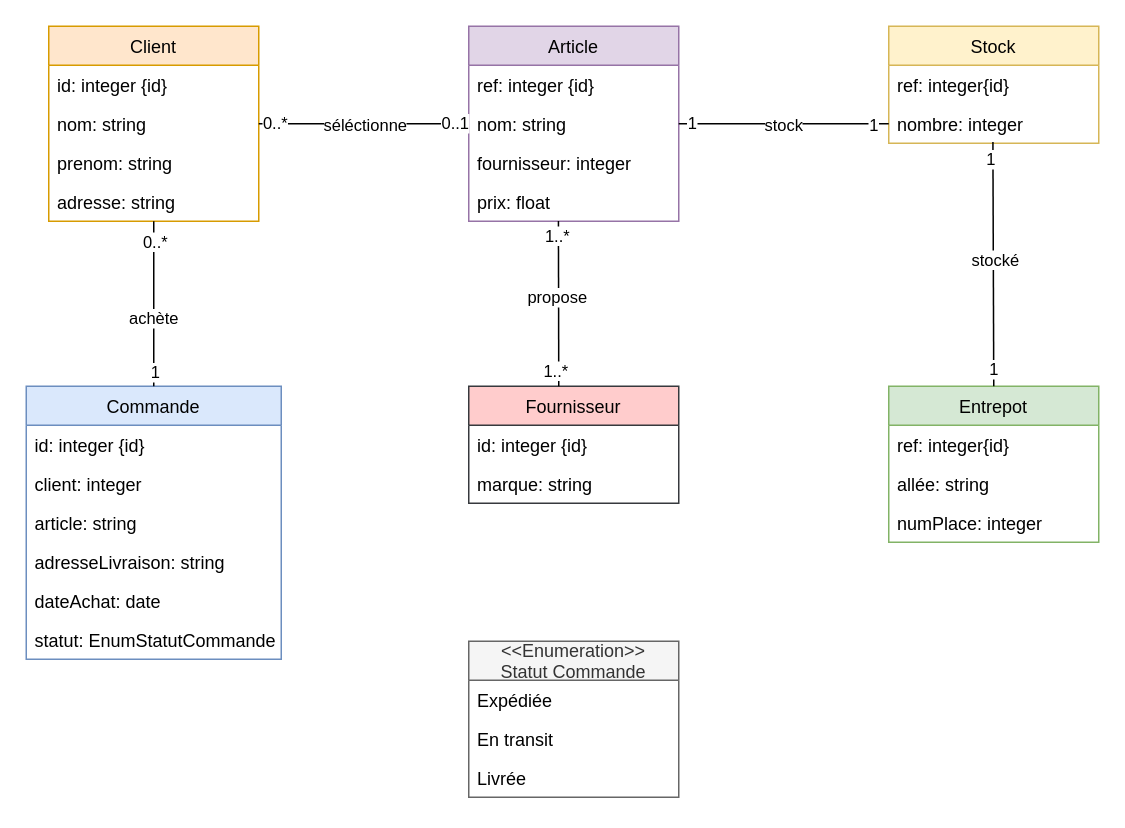
The draw.io diagram Projet.drawio in riad73/INF403, before the edit. Source tidied: cells renumbered, new cells numbered last; positions are measured from the earlier drawing's top-left corner, leaving out a move shared by most shapes. Both pictures are drawn from the tidied source at 150%, with x=0, y=0 at pixel (26, 26).
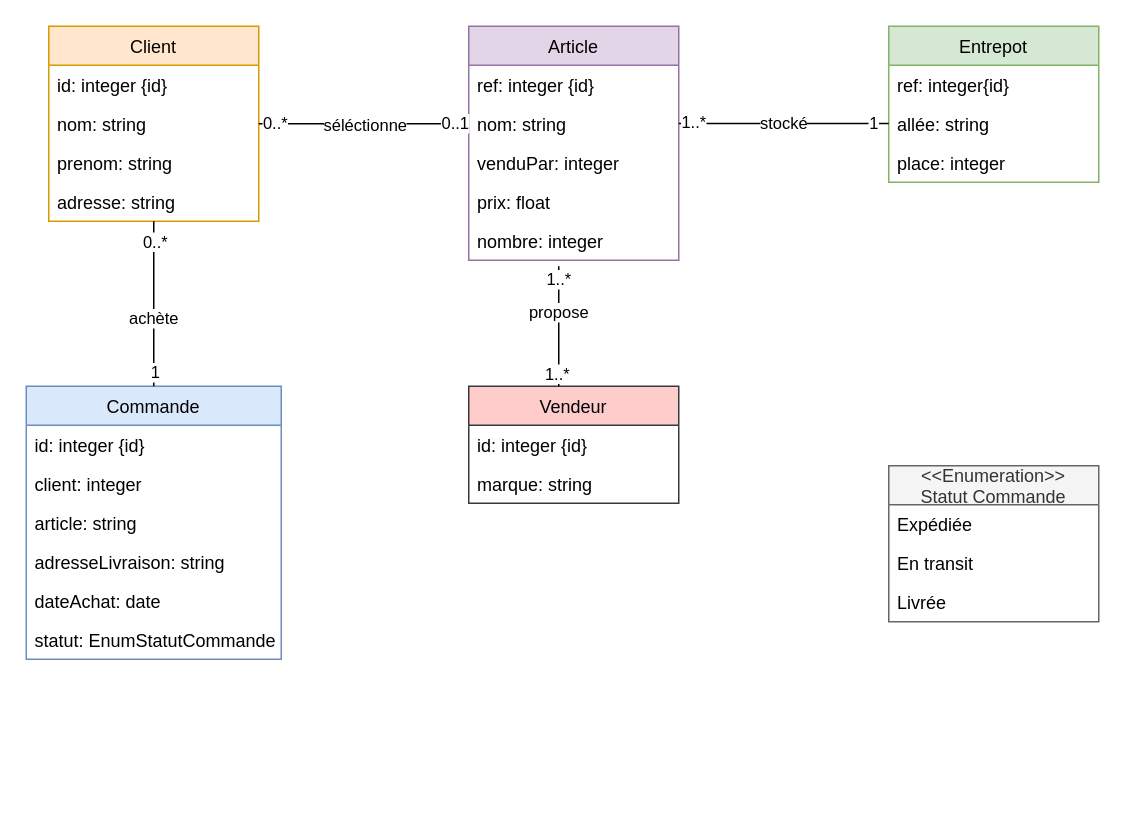
After the change.

The change refers to these unchanged cells:
```xml
<mxCell id="12" value="nom: string" style="text;strokeColor=none;fillColor=none;align=left;verticalAlign=top;spacingLeft=4;spacingRight=4;overflow=hidden;points=[[0,0.5],[1,0.5]];portConstraint=eastwest;" parent="10" vertex="1">
  <mxGeometry y="52" width="140" height="26" as="geometry" />
</mxCell>
<mxCell id="14" value="prix: float" style="text;strokeColor=none;fillColor=none;align=left;verticalAlign=top;spacingLeft=4;spacingRight=4;overflow=hidden;points=[[0,0.5],[1,0.5]];portConstraint=eastwest;" parent="10" vertex="1">
  <mxGeometry y="104" width="140" height="26" as="geometry" />
</mxCell>
```

Diff of the diagram source:
```diff
@@
-    <mxCell id="7" value="Fournisseur" style="swimlane;fontStyle=0;horizontal=1;startSize=26;fillColor=#ffcccc;strokeColor=#36393d;" parent="1" vertex="1">
+    <mxCell id="7" value="Vendeur" style="swimlane;fontStyle=0;horizontal=1;startSize=26;fillColor=#ffcccc;strokeColor=#36393d;" parent="1" vertex="1">
       <mxGeometry x="295" y="240" width="140" height="78" as="geometry" />
     </mxCell>
@@
     <mxCell id="10" value="Article" style="swimlane;fontStyle=0;horizontal=1;startSize=26;fillColor=#e1d5e7;strokeColor=#9673a6;" parent="1" vertex="1">
-      <mxGeometry x="295" width="140" height="130" as="geometry" />
+      <mxGeometry x="295" width="140" height="156" as="geometry" />
     </mxCell>
@@
-    <mxCell id="13" value="fournisseur: integer" style="text;strokeColor=none;fillColor=none;align=left;verticalAlign=top;spacingLeft=4;spacingRight=4;overflow=hidden;" parent="10" vertex="1">
+    <mxCell id="13" value="venduPar: integer" style="text;strokeColor=none;fillColor=none;align=left;verticalAlign=top;spacingLeft=4;spacingRight=4;overflow=hidden;" parent="10" vertex="1">
       <mxGeometry y="78" width="140" height="26" as="geometry" />
     </mxCell>
@@
-    <mxCell id="15" value="Stock" style="swimlane;fontStyle=0;horizontal=1;startSize=26;fillColor=#fff2cc;strokeColor=#d6b656;" parent="1" vertex="1">
-      <mxGeometry x="575" width="140" height="78" as="geometry" />
-    </mxCell>
-    <mxCell id="16" value="ref: integer{id}" style="text;strokeColor=none;fillColor=none;align=left;verticalAlign=top;spacingLeft=4;spacingRight=4;overflow=hidden;" parent="15" vertex="1">
-      <mxGeometry y="26" width="140" height="26" as="geometry" />
-    </mxCell>
-    <mxCell id="17" value="nombre: integer" style="text;strokeColor=none;fillColor=none;align=left;verticalAlign=top;spacingLeft=4;spacingRight=4;overflow=hidden;points=[[0,0.5],[1,0.5]];portConstraint=eastwest;" parent="15" vertex="1">
-      <mxGeometry y="52" width="140" height="26" as="geometry" />
+    <mxCell id="17" value="nombre: integer" style="text;strokeColor=none;fillColor=none;align=left;verticalAlign=top;spacingLeft=4;spacingRight=4;overflow=hidden;points=[[0,0.5],[1,0.5]];portConstraint=eastwest;" parent="10" vertex="1">
+      <mxGeometry y="130" width="140" height="26" as="geometry" />
     </mxCell>
     <mxCell id="18" value="Entrepot" style="swimlane;fontStyle=0;horizontal=1;startSize=26;fillColor=#d5e8d4;strokeColor=#82b366;" parent="1" vertex="1">
-      <mxGeometry x="575" y="240" width="140" height="104" as="geometry" />
+      <mxGeometry x="575" width="140" height="104" as="geometry" />
     </mxCell>
@@
-    <mxCell id="21" value="numPlace: integer" style="text;strokeColor=none;fillColor=none;align=left;verticalAlign=top;spacingLeft=4;spacingRight=4;overflow=hidden;" parent="18" vertex="1">
+    <mxCell id="21" value="place: integer" style="text;strokeColor=none;fillColor=none;align=left;verticalAlign=top;spacingLeft=4;spacingRight=4;overflow=hidden;" parent="18" vertex="1">
       <mxGeometry y="78" width="140" height="26" as="geometry" />
     </mxCell>
@@
-    <mxCell id="33" style="endArrow=none;html=1;exitX=1;exitY=0.5;exitDx=0;exitDy=0;entryX=0;entryY=0.5;entryDx=0;entryDy=0;" parent="1" edge="1" source="12" target="17">
-      <mxGeometry relative="1" as="geometry" />
+    <mxCell id="33" style="endArrow=none;html=1;exitX=1;exitY=0.5;exitDx=0;exitDy=0;entryX=0;entryY=0.5;entryDx=0;entryDy=0;" parent="1" edge="1">
+      <mxGeometry relative="1" as="geometry">
+        <mxPoint x="435" y="64.9" as="sourcePoint" />
+        <mxPoint x="575" y="64.9" as="targetPoint" />
+      </mxGeometry>
     </mxCell>
-    <mxCell id="34" value="stock" style="edgeLabel;html=1;align=center;verticalAlign=middle;" parent="33" vertex="1">
+    <mxCell id="34" value="stocké" style="edgeLabel;html=1;align=center;verticalAlign=middle;" parent="33" vertex="1">
       <mxGeometry x="-0.18" relative="1" as="geometry">
         <mxPoint x="12.5" as="offset" />
       </mxGeometry>
     </mxCell>
@@
-    <mxCell id="36" value="1" style="edgeLabel;html=1;align=center;verticalAlign=middle;" parent="33" vertex="1">
-      <mxGeometry x="-0.88" y="1" relative="1" as="geometry" />
+    <mxCell id="36" value="1..*" style="edgeLabel;html=1;align=center;verticalAlign=middle;" parent="33" vertex="1">
+      <mxGeometry x="-0.88" y="1" relative="1" as="geometry">
+        <mxPoint x="1.9" as="offset" />
+      </mxGeometry>
     </mxCell>
-    <mxCell id="37" style="endArrow=none;html=1;entryX=0.496;entryY=0.965;entryDx=0;entryDy=0;entryPerimeter=0;" parent="1" edge="1" target="17">
-      <mxGeometry relative="1" as="geometry">
-        <mxPoint x="645" y="240" as="sourcePoint" />
-      </mxGeometry>
-    </mxCell>
-    <mxCell id="38" value="stocké" style="edgeLabel;html=1;align=center;verticalAlign=middle;" parent="37" vertex="1">
-      <mxGeometry x="0.29" y="-1" relative="1" as="geometry">
-        <mxPoint x="-0.6" y="21" as="offset" />
-      </mxGeometry>
-    </mxCell>
-    <mxCell id="39" value="1" style="edgeLabel;html=1;align=center;verticalAlign=middle;" parent="37" vertex="1">
-      <mxGeometry x="-0.87" y="-1" relative="1" as="geometry">
-        <mxPoint x="-1" as="offset" />
-      </mxGeometry>
-    </mxCell>
-    <mxCell id="40" value="1" style="edgeLabel;html=1;align=center;verticalAlign=middle;" parent="37" vertex="1">
-      <mxGeometry x="0.87" y="2" relative="1" as="geometry" />
-    </mxCell>
-    <mxCell id="41" style="endArrow=none;html=1;entryX=0.427;entryY=0.995;entryDx=0;entryDy=0;entryPerimeter=0;" parent="1" edge="1" target="14">
+    <mxCell id="41" style="endArrow=none;html=1;" parent="1" edge="1">
       <mxGeometry relative="1" as="geometry">
         <mxPoint x="355" y="240" as="sourcePoint" />
+        <mxPoint x="355" y="160" as="targetPoint" />
       </mxGeometry>
     </mxCell>
@@
     <mxCell id="49" value="&lt;&lt;Enumeration&gt;&gt;&#10;Statut Commande" style="swimlane;fontStyle=0;horizontal=1;startSize=26;fillColor=#f5f5f5;strokeColor=#666666;fontColor=#333333;" parent="1" vertex="1">
-      <mxGeometry x="295" y="410" width="140" height="104" as="geometry" />
+      <mxGeometry x="575" y="293" width="140" height="104" as="geometry" />
     </mxCell>
```
